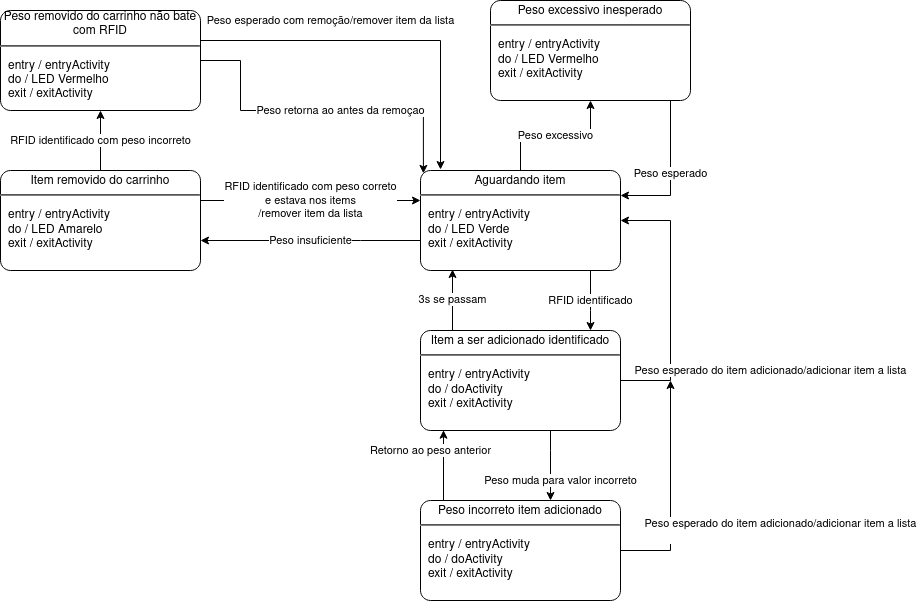
Above: diagrama carrinho gerenciamento compras.png in pedrofrancescon/EasyMarket (draw.io), before the change. Source tidied: cells renumbered, new cells last; positions are measured from the earlier drawing's top-left corner, leaving out a move shared by most shapes.
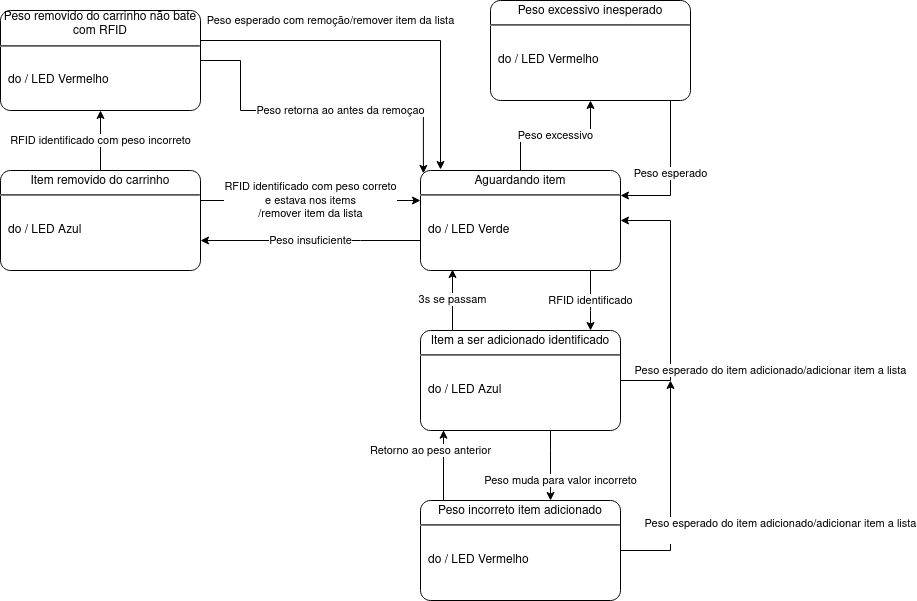
After the change.

What changed in the source:
```diff
@@ -13,7 +13,7 @@
     <mxCell id="3" value="RFID identificado com peso incorreto" style="edgeStyle=elbowEdgeStyle;rounded=0;jettySize=auto;html=1;" parent="1" edge="1" source="4" target="20">
       <mxGeometry relative="1" as="geometry" />
     </mxCell>
-    <mxCell id="4" value="&lt;p style=&quot;margin: 0px ; margin-top: 4px ; text-align: center&quot;&gt;Item removido do carrinho&lt;br&gt;&lt;/p&gt;&lt;hr&gt;&lt;p&gt;&lt;/p&gt;&lt;p style=&quot;margin: 0px ; margin-left: 8px ; text-align: left&quot;&gt;entry / entryActivity&lt;br&gt;do / LED Amarelo&lt;br&gt;exit / exitActivity&lt;/p&gt;" style="shape=mxgraph.sysml.simpleState;html=1;overflow=fill;whiteSpace=wrap;align=center;" parent="1" vertex="1">
+    <mxCell id="4" value="&lt;p style=&quot;margin: 0px ; margin-top: 4px ; text-align: center&quot;&gt;Item removido do carrinho&lt;br&gt;&lt;/p&gt;&lt;hr&gt;&lt;p&gt;&lt;/p&gt;&lt;p style=&quot;margin: 0px ; margin-left: 8px ; text-align: left&quot;&gt;&lt;br&gt;do / LED Azul&lt;br&gt;&lt;br&gt;&lt;/p&gt;" style="shape=mxgraph.sysml.simpleState;html=1;overflow=fill;whiteSpace=wrap;align=center;" parent="1" vertex="1">
       <mxGeometry y="170" width="200" height="100" as="geometry" />
     </mxCell>
     <mxCell id="5" value="&lt;div&gt;Peso esperado do item adicionado/adicionar item a lista&lt;/div&gt;&lt;div&gt;&lt;br&gt;&lt;/div&gt;" style="edgeStyle=orthogonalEdgeStyle;rounded=0;jettySize=auto;html=1;" parent="1" edge="1" source="7">
@@ -31,7 +31,7 @@
         </Array>
       </mxGeometry>
     </mxCell>
-    <mxCell id="7" value="&lt;p style=&quot;margin: 0px ; margin-top: 4px ; text-align: center&quot;&gt;Peso incorreto item adicionado&lt;br&gt;&lt;/p&gt;&lt;hr&gt;&lt;p&gt;&lt;/p&gt;&lt;p style=&quot;margin: 0px ; margin-left: 8px ; text-align: left&quot;&gt;entry / entryActivity&lt;br&gt;do / doActivity&lt;br&gt;exit / exitActivity&lt;/p&gt;" style="shape=mxgraph.sysml.simpleState;html=1;overflow=fill;whiteSpace=wrap;align=center;" parent="1" vertex="1">
+    <mxCell id="7" value="&lt;p style=&quot;margin: 0px ; margin-top: 4px ; text-align: center&quot;&gt;Peso incorreto item adicionado&lt;br&gt;&lt;/p&gt;&lt;hr&gt;&lt;p&gt;&lt;/p&gt;&lt;p style=&quot;margin: 0px ; margin-left: 8px ; text-align: left&quot;&gt;&lt;br&gt;do / LED Vermelho&lt;br&gt;&lt;br&gt;&lt;/p&gt;" style="shape=mxgraph.sysml.simpleState;html=1;overflow=fill;whiteSpace=wrap;align=center;" parent="1" vertex="1">
       <mxGeometry x="420" y="500" width="200" height="100" as="geometry" />
     </mxCell>
     <mxCell id="8" value="RFID identificado" style="edgeStyle=orthogonalEdgeStyle;rounded=0;jettySize=auto;html=1;" parent="1" edge="1" source="11" target="15">
@@ -53,7 +53,7 @@
         </Array>
       </mxGeometry>
     </mxCell>
-    <mxCell id="11" value="&lt;p style=&quot;margin: 0px ; margin-top: 4px ; text-align: center&quot;&gt;Aguardando item&lt;br&gt;&lt;/p&gt;&lt;hr&gt;&lt;p&gt;&lt;/p&gt;&lt;p style=&quot;margin: 0px ; margin-left: 8px ; text-align: left&quot;&gt;entry / entryActivity&lt;br&gt;do / LED Verde&lt;br&gt;exit / exitActivity&lt;/p&gt;" style="shape=mxgraph.sysml.simpleState;html=1;overflow=fill;whiteSpace=wrap;align=center;" parent="1" vertex="1">
+    <mxCell id="11" value="&lt;p style=&quot;margin: 0px ; margin-top: 4px ; text-align: center&quot;&gt;Aguardando item&lt;br&gt;&lt;/p&gt;&lt;hr&gt;&lt;p&gt;&lt;/p&gt;&lt;p style=&quot;margin: 0px ; margin-left: 8px ; text-align: left&quot;&gt;&lt;br&gt;do / LED Verde&lt;br&gt;&lt;br&gt;&lt;/p&gt;" style="shape=mxgraph.sysml.simpleState;html=1;overflow=fill;whiteSpace=wrap;align=center;" parent="1" vertex="1">
       <mxGeometry x="420" y="170" width="200" height="100" as="geometry" />
     </mxCell>
     <mxCell id="12" value="Peso esperado do item adicionado/adicionar item a lista" style="edgeStyle=orthogonalEdgeStyle;rounded=0;jettySize=auto;html=1;entryX=1;entryY=0.5;entryDx=0;entryDy=0;entryPerimeter=0;" parent="1" edge="1" source="15" target="11">
@@ -75,7 +75,7 @@
     <mxCell id="14" value="3s se passam" style="edgeStyle=elbowEdgeStyle;rounded=0;jettySize=auto;html=1;entryX=0.159;entryY=0.99;entryDx=0;entryDy=0;entryPerimeter=0;" parent="1" edge="1" source="15" target="11">
       <mxGeometry relative="1" as="geometry" />
     </mxCell>
-    <mxCell id="15" value="&lt;p style=&quot;margin: 0px ; margin-top: 4px ; text-align: center&quot;&gt;Item a ser adicionado identificado&lt;br&gt;&lt;/p&gt;&lt;hr&gt;&lt;p&gt;&lt;/p&gt;&lt;p style=&quot;margin: 0px ; margin-left: 8px ; text-align: left&quot;&gt;entry / entryActivity&lt;br&gt;do / doActivity&lt;br&gt;exit / exitActivity&lt;/p&gt;" style="shape=mxgraph.sysml.simpleState;html=1;overflow=fill;whiteSpace=wrap;align=center;" parent="1" vertex="1">
+    <mxCell id="15" value="&lt;p style=&quot;margin: 0px ; margin-top: 4px ; text-align: center&quot;&gt;Item a ser adicionado identificado&lt;br&gt;&lt;/p&gt;&lt;hr&gt;&lt;p&gt;&lt;/p&gt;&lt;p style=&quot;margin: 0px ; margin-left: 8px ; text-align: left&quot;&gt;&lt;br&gt;do / LED Azul&lt;br&gt;&lt;br&gt;&lt;/p&gt;" style="shape=mxgraph.sysml.simpleState;html=1;overflow=fill;whiteSpace=wrap;align=center;" parent="1" vertex="1">
       <mxGeometry x="420" y="330" width="200" height="100" as="geometry" />
     </mxCell>
     <mxCell id="16" value="Peso esperado" style="edgeStyle=orthogonalEdgeStyle;rounded=0;jettySize=auto;html=1;entryX=1;entryY=0.25;entryDx=0;entryDy=0;entryPerimeter=0;" parent="1" edge="1" source="17" target="11">
@@ -86,7 +86,7 @@
         </Array>
       </mxGeometry>
     </mxCell>
-    <mxCell id="17" value="&lt;p style=&quot;margin: 0px ; margin-top: 4px ; text-align: center&quot;&gt;Peso excessivo inesperado&lt;br&gt;&lt;/p&gt;&lt;hr&gt;&lt;p&gt;&lt;/p&gt;&lt;p style=&quot;margin: 0px ; margin-left: 8px ; text-align: left&quot;&gt;entry / entryActivity&lt;br&gt;do / LED Vermelho&lt;br&gt;exit / exitActivity&lt;/p&gt;" style="shape=mxgraph.sysml.simpleState;html=1;overflow=fill;whiteSpace=wrap;align=center;" parent="1" vertex="1">
+    <mxCell id="17" value="&lt;p style=&quot;margin: 0px ; margin-top: 4px ; text-align: center&quot;&gt;Peso excessivo inesperado&lt;br&gt;&lt;/p&gt;&lt;hr&gt;&lt;p&gt;&lt;/p&gt;&lt;p style=&quot;margin: 0px ; margin-left: 8px ; text-align: left&quot;&gt;&lt;br&gt;do / LED Vermelho&lt;br&gt;&lt;br&gt;&lt;/p&gt;" style="shape=mxgraph.sysml.simpleState;html=1;overflow=fill;whiteSpace=wrap;align=center;" parent="1" vertex="1">
       <mxGeometry x="490" width="200" height="100" as="geometry" />
     </mxCell>
     <mxCell id="18" value="Peso esperado com remoção/remover item da lista" style="edgeStyle=orthogonalEdgeStyle;rounded=0;jettySize=auto;html=1;entryX=0.1;entryY=-0.01;entryDx=0;entryDy=0;entryPerimeter=0;" parent="1" edge="1" source="20" target="11">
@@ -105,7 +105,7 @@
         </Array>
       </mxGeometry>
     </mxCell>
-    <mxCell id="20" value="Peso removido do carrinho não bate com RFID&lt;br&gt;&lt;hr&gt;&lt;p&gt;&lt;/p&gt;&lt;p style=&quot;margin: 0px ; margin-left: 8px ; text-align: left&quot;&gt;entry / entryActivity&lt;br&gt;do / LED Vermelho&lt;br&gt;exit / exitActivity&lt;/p&gt;" style="shape=mxgraph.sysml.simpleState;html=1;overflow=fill;whiteSpace=wrap;align=center;" parent="1" vertex="1">
+    <mxCell id="20" value="Peso removido do carrinho não bate com RFID&lt;br&gt;&lt;hr&gt;&lt;p&gt;&lt;/p&gt;&lt;p style=&quot;margin: 0px ; margin-left: 8px ; text-align: left&quot;&gt;&lt;br&gt;do / LED Vermelho&lt;br&gt;&lt;br&gt;&lt;/p&gt;" style="shape=mxgraph.sysml.simpleState;html=1;overflow=fill;whiteSpace=wrap;align=center;" parent="1" vertex="1">
       <mxGeometry y="10" width="200" height="100" as="geometry" />
     </mxCell>
   </root>
```
